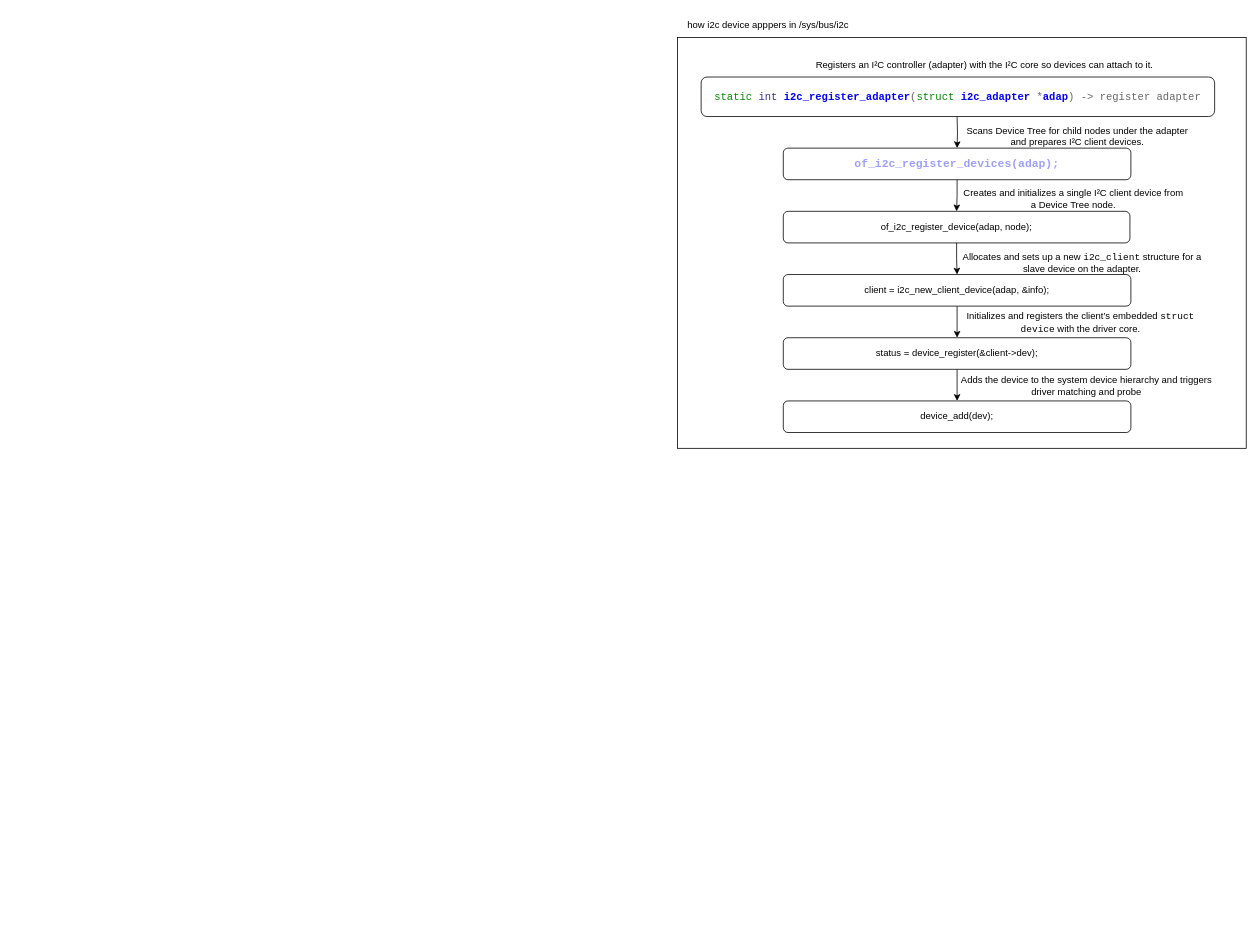
Above: i2c-subsystem.drawio in chiragbemrr/drawio (draw.io), before the change. Source tidied: cells renumbered, new cells numbered last; positions are measured from the earlier drawing's top-left corner, leaving out a move shared by most shapes. Both pictures are drawn from the tidied source at 79%, with x=0, y=0 at pixel (677, 13).
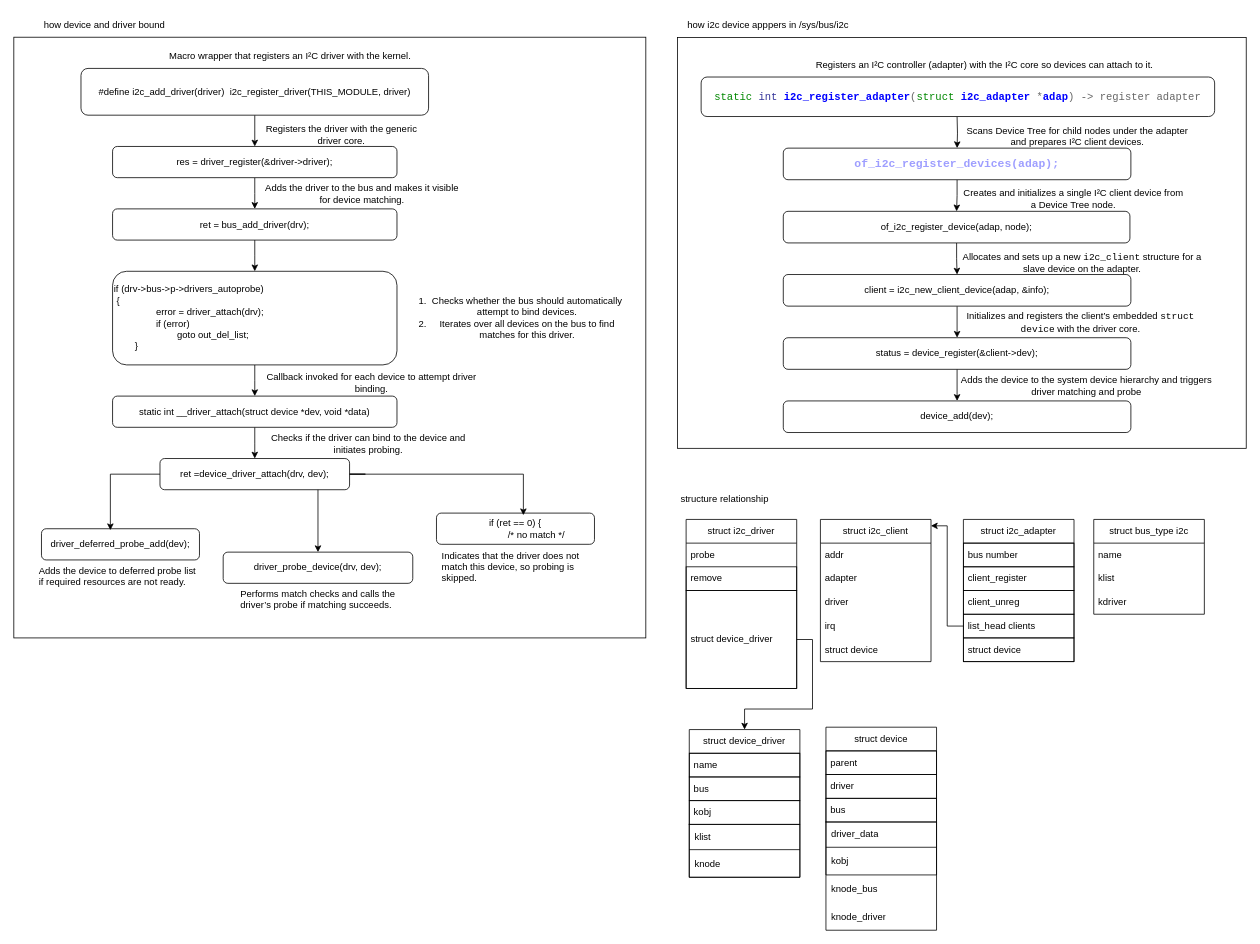
The same page after the edit.

Diff of the diagram source:
```diff
@@
+    <mxCell id="22" style="group;" parent="1" vertex="1">
+      <mxGeometry x="-840" width="800" height="790" as="geometry" />
+    </mxCell>
+    <mxCell id="23" value="how device and driver bound" style="text;html=1;whiteSpace=wrap;strokeColor=none;fillColor=none;align=center;verticalAlign=middle;rounded=0;" parent="22" vertex="1">
+      <mxGeometry width="230" height="29.6" as="geometry" />
+    </mxCell>
+    <mxCell id="24" style="edgeStyle=orthogonalEdgeStyle;rounded=0;jettySize=auto;html=1;" parent="22" edge="1" source="25" target="27">
+      <mxGeometry relative="1" as="geometry" />
+    </mxCell>
+    <mxCell id="25" value="&lt;div&gt;#define i2c_add_driver(driver)&amp;nbsp;&amp;nbsp;&lt;span style=&quot;background-color: transparent; color: light-dark(rgb(0, 0, 0), rgb(255, 255, 255));&quot;&gt;i2c_register_driver(THIS_MODULE, driver)&lt;/span&gt;&lt;/div&gt;" style="rounded=1;whiteSpace=wrap;html=1;" parent="22" vertex="1">
+      <mxGeometry x="85" y="69.1" width="440" height="59.2" as="geometry" />
+    </mxCell>
+    <mxCell id="26" style="edgeStyle=orthogonalEdgeStyle;rounded=0;jettySize=auto;html=1;" parent="22" edge="1" source="27" target="29">
+      <mxGeometry relative="1" as="geometry" />
+    </mxCell>
+    <mxCell id="27" value="res = driver_register(&amp;amp;driver-&amp;gt;driver);" style="whiteSpace=wrap;html=1;rounded=1;" parent="22" vertex="1">
+      <mxGeometry x="125" y="167.9" width="360" height="39.5" as="geometry" />
+    </mxCell>
+    <mxCell id="28" style="edgeStyle=orthogonalEdgeStyle;rounded=0;jettySize=auto;html=1;" parent="22" edge="1" source="29" target="31">
+      <mxGeometry relative="1" as="geometry" />
+    </mxCell>
+    <mxCell id="29" value="ret = bus_add_driver(drv);" style="whiteSpace=wrap;html=1;rounded=1;" parent="22" vertex="1">
+      <mxGeometry x="125" y="246.9" width="360" height="39.5" as="geometry" />
+    </mxCell>
+    <mxCell id="30" style="edgeStyle=orthogonalEdgeStyle;rounded=0;jettySize=auto;html=1;" parent="22" edge="1" source="31" target="33">
+      <mxGeometry relative="1" as="geometry" />
+    </mxCell>
+    <mxCell id="31" value="&lt;div&gt;if (drv-&amp;gt;bus-&amp;gt;p-&amp;gt;drivers_autoprobe)&lt;/div&gt;&lt;div&gt;&lt;span style=&quot;background-color: transparent; color: light-dark(rgb(0, 0, 0), rgb(255, 255, 255));&quot;&gt;&amp;nbsp;{&lt;/span&gt;&lt;/div&gt;&lt;div&gt;&lt;span style=&quot;white-space: normal;&quot;&gt;&lt;font style=&quot;color: light-dark(rgb(0, 0, 0), rgb(255, 0, 0));&quot;&gt;&lt;span style=&quot;white-space:pre&quot;&gt;&#9;&#9;&lt;/span&gt;error = driver_attach(drv);&lt;/font&gt;&lt;/span&gt;&lt;/div&gt;&lt;div&gt;&lt;span style=&quot;white-space: normal;&quot;&gt;&lt;span style=&quot;white-space:pre&quot;&gt;&#9;&#9;&lt;/span&gt;if (error)&lt;/span&gt;&lt;/div&gt;&lt;div&gt;&lt;span style=&quot;white-space: normal;&quot;&gt;&lt;span style=&quot;white-space:pre&quot;&gt;&#9;&#9;&#9;&lt;/span&gt;goto out_del_list;&lt;/span&gt;&lt;/div&gt;&lt;div&gt;&lt;span style=&quot;white-space: normal;&quot;&gt;&lt;span style=&quot;white-space:pre&quot;&gt;&#9;&lt;/span&gt;}&lt;/span&gt;&lt;/div&gt;" style="whiteSpace=wrap;html=1;rounded=1;align=left;" parent="22" vertex="1">
+      <mxGeometry x="125" y="325.9" width="360" height="118.5" as="geometry" />
+    </mxCell>
+    <mxCell id="32" style="edgeStyle=orthogonalEdgeStyle;rounded=0;jettySize=auto;html=1;" parent="22" edge="1" source="33" target="38">
+      <mxGeometry relative="1" as="geometry" />
+    </mxCell>
+    <mxCell id="33" value="static int __driver_attach(struct device *dev, void *data)" style="whiteSpace=wrap;html=1;rounded=1;" parent="22" vertex="1">
+      <mxGeometry x="125" y="483.9" width="360" height="39.5" as="geometry" />
+    </mxCell>
+    <mxCell id="34" value="driver_probe_device(drv, dev);" style="whiteSpace=wrap;html=1;rounded=1;" parent="22" vertex="1">
+      <mxGeometry x="265" y="681.4" width="240" height="39.5" as="geometry" />
+    </mxCell>
+    <mxCell id="35" value="&lt;div&gt;if (ret == 0) {&lt;/div&gt;&lt;div&gt;&lt;span style=&quot;white-space: normal;&quot;&gt;&lt;span style=&quot;white-space:pre&quot;&gt;&#9;&#9;&lt;/span&gt;/* no match */&lt;/span&gt;&lt;/div&gt;" style="whiteSpace=wrap;html=1;rounded=1;" parent="22" vertex="1">
+      <mxGeometry x="535" y="632" width="200" height="39.5" as="geometry" />
+    </mxCell>
+    <mxCell id="36" value="driver_deferred_probe_add(dev);" style="whiteSpace=wrap;html=1;rounded=1;" parent="22" vertex="1">
+      <mxGeometry x="35" y="651.8" width="200" height="39.5" as="geometry" />
+    </mxCell>
+    <mxCell id="37" style="edgeStyle=orthogonalEdgeStyle;rounded=0;jettySize=auto;html=1;entryX=0.5;entryY=0;entryDx=0;entryDy=0;" parent="22" edge="1" source="38" target="34">
+      <mxGeometry relative="1" as="geometry">
+        <Array as="points">
+          <mxPoint x="445" y="582.6" />
+          <mxPoint x="445" y="582.6" />
+        </Array>
+      </mxGeometry>
+    </mxCell>
+    <mxCell id="38" value="ret =device_driver_attach(drv, dev);" style="whiteSpace=wrap;html=1;rounded=1;" parent="22" vertex="1">
+      <mxGeometry x="185" y="562.9" width="240" height="39.5" as="geometry" />
+    </mxCell>
+    <mxCell id="39" style="edgeStyle=orthogonalEdgeStyle;rounded=0;jettySize=auto;html=1;entryX=0.436;entryY=0.047;entryDx=0;entryDy=0;entryPerimeter=0;" parent="22" edge="1" source="38" target="36">
+      <mxGeometry relative="1" as="geometry">
+        <Array as="points">
+          <mxPoint x="122" y="582.6" />
+        </Array>
+      </mxGeometry>
+    </mxCell>
+    <mxCell id="40" style="edgeStyle=orthogonalEdgeStyle;rounded=0;jettySize=auto;html=1;entryX=0.55;entryY=0.068;entryDx=0;entryDy=0;entryPerimeter=0;" parent="22" edge="1" source="38" target="35">
+      <mxGeometry relative="1" as="geometry" />
+    </mxCell>
+    <mxCell id="41" value="Macro wrapper that registers an I²C driver with the kernel." style="text;html=1;whiteSpace=wrap;strokeColor=none;fillColor=none;align=center;verticalAlign=middle;rounded=0;" parent="22" vertex="1">
+      <mxGeometry x="175" y="39.5" width="350" height="29.6" as="geometry" />
+    </mxCell>
+    <mxCell id="42" value="Registers the driver with the generic driver core." style="text;html=1;whiteSpace=wrap;strokeColor=none;fillColor=none;align=center;verticalAlign=middle;rounded=0;" parent="22" vertex="1">
+      <mxGeometry x="310" y="138.2" width="210" height="29.6" as="geometry" />
+    </mxCell>
+    <mxCell id="43" value="Adds the driver to the bus and makes it visible for device matching." style="text;html=1;whiteSpace=wrap;strokeColor=none;fillColor=none;align=center;verticalAlign=middle;rounded=0;" parent="22" vertex="1">
+      <mxGeometry x="311" y="213.3" width="260" height="29.6" as="geometry" />
+    </mxCell>
+    <mxCell id="44" value="&lt;ol&gt;&lt;li&gt;&lt;span style=&quot;background-color: transparent; color: light-dark(rgb(0, 0, 0), rgb(255, 255, 255));&quot;&gt;Checks whether the bus should automatically attempt to bind devices.&lt;/span&gt;&lt;/li&gt;&lt;li&gt;&lt;span style=&quot;background-color: transparent; color: light-dark(rgb(0, 0, 0), rgb(255, 255, 255));&quot;&gt;Iterates over all devices on the bus to find matches for this driver.&lt;/span&gt;&lt;/li&gt;&lt;/ol&gt;" style="text;html=1;whiteSpace=wrap;strokeColor=none;fillColor=none;align=center;verticalAlign=middle;rounded=0;" parent="22" vertex="1">
+      <mxGeometry x="485" y="325.9" width="290" height="118.5" as="geometry" />
+    </mxCell>
+    <mxCell id="45" value="Callback invoked for each device to attempt driver binding." style="text;html=1;whiteSpace=wrap;strokeColor=none;fillColor=none;align=center;verticalAlign=middle;rounded=0;" parent="22" vertex="1">
+      <mxGeometry x="298" y="452.3" width="310" height="29.6" as="geometry" />
+    </mxCell>
+    <mxCell id="46" value="Checks if the driver can bind to the device and initiates probing." style="text;html=1;whiteSpace=wrap;strokeColor=none;fillColor=none;align=center;verticalAlign=middle;rounded=0;" parent="22" vertex="1">
+      <mxGeometry x="307" y="529.3" width="284" height="29.6" as="geometry" />
+    </mxCell>
+    <mxCell id="47" value="Performs match checks and calls the driver’s probe if matching succeeds." style="text;whiteSpace=wrap;" parent="22" vertex="1">
+      <mxGeometry x="285" y="720.9" width="240" height="39.5" as="geometry" />
+    </mxCell>
+    <mxCell id="48" value="Adds the device to deferred probe list if required resources are not ready." style="text;whiteSpace=wrap;" parent="22" vertex="1">
+      <mxGeometry x="30" y="691.2" width="210" height="39.5" as="geometry" />
+    </mxCell>
+    <mxCell id="49" value="Indicates that the driver does not match this device, so probing is skipped." style="text;whiteSpace=wrap;" parent="22" vertex="1">
+      <mxGeometry x="540" y="671.5" width="190" height="39.5" as="geometry" />
+    </mxCell>
+    <mxCell id="50" style="rounded=0;whiteSpace=wrap;html=1;fillColor=none;" parent="22" vertex="1">
+      <mxGeometry y="29.6" width="800" height="760.4" as="geometry" />
+    </mxCell>
+    <mxCell id="51" value="structure relationship" style="text;html=1;whiteSpace=wrap;strokeColor=none;fillColor=none;align=center;verticalAlign=middle;rounded=0;" parent="1" vertex="1">
+      <mxGeometry y="600" width="120" height="30" as="geometry" />
+    </mxCell>
+    <mxCell id="52" value="struct i2c_driver" style="swimlane;fontStyle=0;horizontal=1;startSize=30;whiteSpace=wrap;html=1;" parent="1" vertex="1">
+      <mxGeometry x="11" y="640" width="140" height="214" as="geometry" />
+    </mxCell>
+    <mxCell id="53" value="probe" style="text;strokeColor=none;fillColor=none;align=left;verticalAlign=middle;spacingLeft=4;spacingRight=4;overflow=hidden;whiteSpace=wrap;html=1;" parent="52" vertex="1">
+      <mxGeometry y="30" width="140" height="30" as="geometry" />
+    </mxCell>
+    <mxCell id="54" value="remove" style="text;strokeColor=default;fillColor=none;align=left;verticalAlign=middle;spacingLeft=4;spacingRight=4;overflow=hidden;whiteSpace=wrap;html=1;" parent="52" vertex="1">
+      <mxGeometry y="60" width="140" height="30" as="geometry" />
+    </mxCell>
+    <mxCell id="55" value="struct device_driver" style="text;strokeColor=default;fillColor=none;align=left;verticalAlign=middle;spacingLeft=4;spacingRight=4;overflow=hidden;points=[[0,0.5],[1,0.5]];portConstraint=eastwest;whiteSpace=wrap;html=1;" parent="52" vertex="1">
+      <mxGeometry y="90" width="140" height="124" as="geometry" />
+    </mxCell>
+    <mxCell id="56" value="struct i2c_client" style="swimlane;fontStyle=0;horizontal=1;startSize=30;whiteSpace=wrap;html=1;" parent="1" vertex="1">
+      <mxGeometry x="181" y="640" width="140" height="180" as="geometry" />
+    </mxCell>
+    <mxCell id="57" value="addr" style="text;strokeColor=none;fillColor=none;align=left;verticalAlign=middle;spacingLeft=4;spacingRight=4;overflow=hidden;whiteSpace=wrap;html=1;" parent="56" vertex="1">
+      <mxGeometry y="30" width="140" height="30" as="geometry" />
+    </mxCell>
+    <mxCell id="58" value="adapter" style="text;strokeColor=none;fillColor=none;align=left;verticalAlign=middle;spacingLeft=4;spacingRight=4;overflow=hidden;whiteSpace=wrap;html=1;" parent="56" vertex="1">
+      <mxGeometry y="60" width="140" height="30" as="geometry" />
+    </mxCell>
+    <mxCell id="59" value="driver" style="text;strokeColor=none;fillColor=none;align=left;verticalAlign=middle;spacingLeft=4;spacingRight=4;overflow=hidden;whiteSpace=wrap;html=1;" parent="56" vertex="1">
+      <mxGeometry y="90" width="140" height="30" as="geometry" />
+    </mxCell>
+    <mxCell id="60" value="irq" style="text;strokeColor=none;fillColor=none;align=left;verticalAlign=middle;spacingLeft=4;spacingRight=4;overflow=hidden;whiteSpace=wrap;html=1;" parent="56" vertex="1">
+      <mxGeometry y="120" width="140" height="30" as="geometry" />
+    </mxCell>
+    <mxCell id="61" value="struct device" style="text;strokeColor=none;fillColor=none;align=left;verticalAlign=middle;spacingLeft=4;spacingRight=4;overflow=hidden;whiteSpace=wrap;html=1;" parent="56" vertex="1">
+      <mxGeometry y="150" width="140" height="30" as="geometry" />
+    </mxCell>
+    <mxCell id="62" value="struct i2c_adapter" style="swimlane;fontStyle=0;horizontal=1;startSize=30;whiteSpace=wrap;html=1;strokeColor=default;" parent="1" vertex="1">
+      <mxGeometry x="362" y="640" width="140" height="180" as="geometry" />
+    </mxCell>
+    <mxCell id="63" value="bus number" style="text;strokeColor=default;fillColor=none;align=left;verticalAlign=middle;spacingLeft=4;spacingRight=4;overflow=hidden;whiteSpace=wrap;html=1;" parent="62" vertex="1">
+      <mxGeometry y="30" width="140" height="30" as="geometry" />
+    </mxCell>
+    <mxCell id="64" value="client_register" style="text;strokeColor=default;fillColor=none;align=left;verticalAlign=middle;spacingLeft=4;spacingRight=4;overflow=hidden;whiteSpace=wrap;html=1;" parent="62" vertex="1">
+      <mxGeometry y="60" width="140" height="30" as="geometry" />
+    </mxCell>
+    <mxCell id="65" value="client_unreg" style="text;strokeColor=default;fillColor=none;align=left;verticalAlign=middle;spacingLeft=4;spacingRight=4;overflow=hidden;whiteSpace=wrap;html=1;" parent="62" vertex="1">
+      <mxGeometry y="90" width="140" height="30" as="geometry" />
+    </mxCell>
+    <mxCell id="66" value="list_head clients" style="text;strokeColor=default;fillColor=none;align=left;verticalAlign=middle;spacingLeft=4;spacingRight=4;overflow=hidden;points=[[0,0.5],[1,0.5]];portConstraint=eastwest;whiteSpace=wrap;html=1;" parent="62" vertex="1">
+      <mxGeometry y="120" width="140" height="30" as="geometry" />
+    </mxCell>
+    <mxCell id="67" value="struct device" style="text;strokeColor=default;fillColor=none;align=left;verticalAlign=middle;spacingLeft=4;spacingRight=4;overflow=hidden;whiteSpace=wrap;html=1;" parent="62" vertex="1">
+      <mxGeometry y="150" width="140" height="30" as="geometry" />
+    </mxCell>
+    <mxCell id="68" value="struct bus_type i2c" style="swimlane;fontStyle=0;horizontal=1;startSize=30;whiteSpace=wrap;html=1;" parent="1" vertex="1">
+      <mxGeometry x="527" y="640" width="140" height="120" as="geometry" />
+    </mxCell>
+    <mxCell id="69" value="name" style="text;strokeColor=none;fillColor=none;align=left;verticalAlign=middle;spacingLeft=4;spacingRight=4;overflow=hidden;whiteSpace=wrap;html=1;" parent="68" vertex="1">
+      <mxGeometry y="30" width="140" height="30" as="geometry" />
+    </mxCell>
+    <mxCell id="70" value="klist" style="text;strokeColor=none;fillColor=none;align=left;verticalAlign=middle;spacingLeft=4;spacingRight=4;overflow=hidden;whiteSpace=wrap;html=1;" parent="68" vertex="1">
+      <mxGeometry y="60" width="140" height="30" as="geometry" />
+    </mxCell>
+    <mxCell id="71" value="kdriver" style="text;strokeColor=none;fillColor=none;align=left;verticalAlign=middle;spacingLeft=4;spacingRight=4;overflow=hidden;whiteSpace=wrap;html=1;" parent="68" vertex="1">
+      <mxGeometry y="90" width="140" height="30" as="geometry" />
+    </mxCell>
+    <mxCell id="72" value="struct device_driver" style="swimlane;fontStyle=0;horizontal=1;startSize=30;whiteSpace=wrap;html=1;strokeColor=default;" parent="1" vertex="1">
+      <mxGeometry x="15" y="906" width="140" height="187" as="geometry" />
+    </mxCell>
+    <mxCell id="73" value="name" style="text;strokeColor=default;fillColor=none;align=left;verticalAlign=middle;spacingLeft=4;spacingRight=4;overflow=hidden;whiteSpace=wrap;html=1;" parent="72" vertex="1">
+      <mxGeometry y="30" width="140" height="30" as="geometry" />
+    </mxCell>
+    <mxCell id="74" value="bus" style="text;strokeColor=default;fillColor=none;align=left;verticalAlign=middle;spacingLeft=4;spacingRight=4;overflow=hidden;whiteSpace=wrap;html=1;" parent="72" vertex="1">
+      <mxGeometry y="60" width="140" height="30" as="geometry" />
+    </mxCell>
+    <mxCell id="75" value="kobj" style="text;strokeColor=default;fillColor=none;align=left;verticalAlign=middle;spacingLeft=4;spacingRight=4;overflow=hidden;whiteSpace=wrap;html=1;" parent="72" vertex="1">
+      <mxGeometry y="90" width="140" height="30" as="geometry" />
+    </mxCell>
+    <mxCell id="76" style="shape=table;startSize=0;childLayout=tableLayout;fontSize=11;fillColor=none;strokeColor=default;" parent="72" vertex="1">
+      <mxGeometry y="120" width="140" height="67" as="geometry" />
+    </mxCell>
+    <mxCell id="77" style="shape=tableRow;horizontal=0;startSize=0;swimlaneHead=0;swimlaneBody=0;strokeColor=default;top=0;left=0;bottom=0;right=0;fillColor=none;fontSize=16;" parent="76" vertex="1">
+      <mxGeometry width="140" height="32" as="geometry" />
+    </mxCell>
+    <mxCell id="78" value="klist" style="shape=partialRectangle;html=1;whiteSpace=wrap;strokeColor=default;overflow=hidden;fillColor=none;top=0;left=0;bottom=0;right=0;fontSize=12;align=left;spacingLeft=5;" parent="77" vertex="1">
+      <mxGeometry width="140" height="32" as="geometry" />
+    </mxCell>
+    <mxCell id="79" style="shape=tableRow;horizontal=0;startSize=0;swimlaneHead=0;swimlaneBody=0;strokeColor=default;top=0;left=0;bottom=0;right=0;fillColor=none;fontSize=16;" parent="76" vertex="1">
+      <mxGeometry y="32" width="140" height="35" as="geometry" />
+    </mxCell>
+    <mxCell id="80" value="knode" style="shape=partialRectangle;html=1;whiteSpace=wrap;strokeColor=default;overflow=hidden;fillColor=none;top=0;left=0;bottom=0;right=0;fontSize=12;align=left;spacingLeft=5;" parent="79" vertex="1">
+      <mxGeometry width="140" height="35" as="geometry" />
+    </mxCell>
+    <mxCell id="81" style="edgeStyle=orthogonalEdgeStyle;rounded=0;jettySize=auto;html=1;" parent="1" edge="1" source="55" target="72">
+      <mxGeometry relative="1" as="geometry" />
+    </mxCell>
+    <mxCell id="82" value="struct device" style="swimlane;fontStyle=0;horizontal=1;startSize=30;whiteSpace=wrap;html=1;strokeColor=default;" parent="1" vertex="1">
+      <mxGeometry x="188" y="903" width="140" height="257" as="geometry" />
+    </mxCell>
+    <mxCell id="83" value="parent" style="text;strokeColor=default;fillColor=none;align=left;verticalAlign=middle;spacingLeft=4;spacingRight=4;overflow=hidden;whiteSpace=wrap;html=1;" parent="82" vertex="1">
+      <mxGeometry y="30" width="140" height="30" as="geometry" />
+    </mxCell>
+    <mxCell id="84" value="driver" style="text;strokeColor=default;fillColor=none;align=left;verticalAlign=middle;spacingLeft=4;spacingRight=4;overflow=hidden;whiteSpace=wrap;html=1;" parent="82" vertex="1">
+      <mxGeometry y="60" width="140" height="30" as="geometry" />
+    </mxCell>
+    <mxCell id="85" value="bus" style="text;strokeColor=default;fillColor=none;align=left;verticalAlign=middle;spacingLeft=4;spacingRight=4;overflow=hidden;whiteSpace=wrap;html=1;" parent="82" vertex="1">
+      <mxGeometry y="90" width="140" height="30" as="geometry" />
+    </mxCell>
+    <mxCell id="86" style="shape=table;startSize=0;childLayout=tableLayout;fontSize=11;fillColor=none;strokeColor=default;" parent="82" vertex="1">
+      <mxGeometry y="120" width="140" height="67" as="geometry" />
+    </mxCell>
+    <mxCell id="87" style="shape=tableRow;horizontal=0;startSize=0;swimlaneHead=0;swimlaneBody=0;strokeColor=default;top=0;left=0;bottom=0;right=0;fillColor=none;fontSize=16;" parent="86" vertex="1">
+      <mxGeometry width="140" height="32" as="geometry" />
+    </mxCell>
+    <mxCell id="88" value="driver_data" style="shape=partialRectangle;html=1;whiteSpace=wrap;strokeColor=default;overflow=hidden;fillColor=none;top=0;left=0;bottom=0;right=0;fontSize=12;align=left;spacingLeft=5;" parent="87" vertex="1">
+      <mxGeometry width="140" height="32" as="geometry" />
+    </mxCell>
+    <mxCell id="89" style="shape=tableRow;horizontal=0;startSize=0;swimlaneHead=0;swimlaneBody=0;strokeColor=default;top=0;left=0;bottom=0;right=0;fillColor=none;fontSize=16;" parent="86" vertex="1">
+      <mxGeometry y="32" width="140" height="35" as="geometry" />
+    </mxCell>
+    <mxCell id="90" value="kobj" style="shape=partialRectangle;html=1;whiteSpace=wrap;strokeColor=default;overflow=hidden;fillColor=none;top=0;left=0;bottom=0;right=0;fontSize=12;align=left;spacingLeft=5;" parent="89" vertex="1">
+      <mxGeometry width="140" height="35" as="geometry" />
+    </mxCell>
+    <mxCell id="91" value="knode_bus" style="shape=partialRectangle;html=1;whiteSpace=wrap;strokeColor=default;overflow=hidden;fillColor=none;top=0;left=0;bottom=0;right=0;fontSize=12;align=left;spacingLeft=5;" parent="82" vertex="1">
+      <mxGeometry y="187" width="140" height="35" as="geometry" />
+    </mxCell>
+    <mxCell id="92" value="knode_driver" style="shape=partialRectangle;html=1;whiteSpace=wrap;strokeColor=default;overflow=hidden;fillColor=none;top=0;left=0;bottom=0;right=0;fontSize=12;align=left;spacingLeft=5;" parent="82" vertex="1">
+      <mxGeometry y="222" width="140" height="35" as="geometry" />
+    </mxCell>
+    <mxCell id="93" style="edgeStyle=orthogonalEdgeStyle;rounded=0;jettySize=auto;html=1;entryX=0.999;entryY=0.045;entryDx=0;entryDy=0;entryPerimeter=0;" parent="1" edge="1" source="66" target="56">
+      <mxGeometry relative="1" as="geometry" />
+    </mxCell>
```
